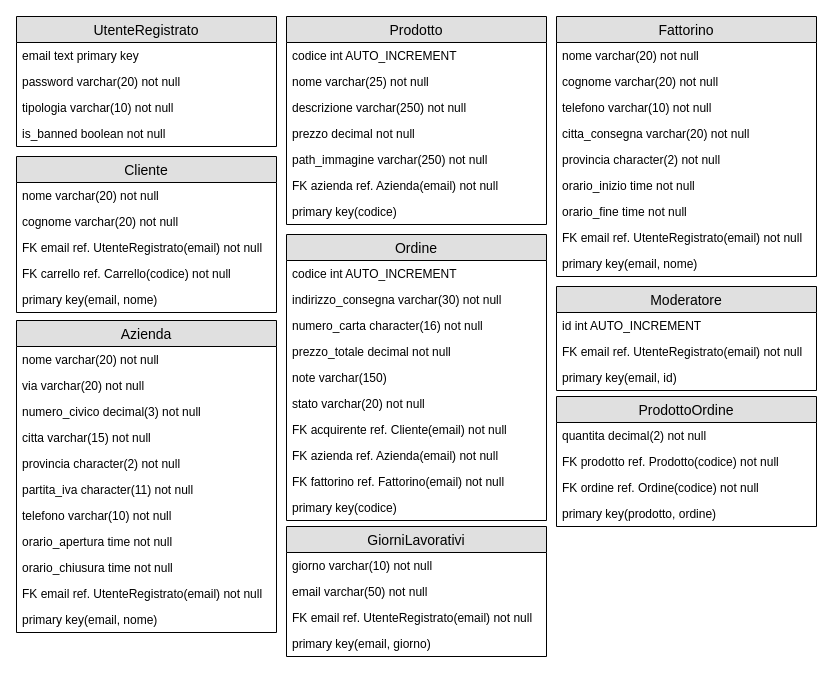
Before: Documents/Sys - Drawio/tabelle database.drawio in frekkanzer2/Eat-Reorder, a draw.io diagram. Source tidied: cells renumbered, new cells numbered last; positions are measured from the earlier drawing's top-left corner, leaving out a move shared by most shapes. Both pictures are drawn from the tidied source at 100%, with x=0, y=0 at pixel (16, 16).
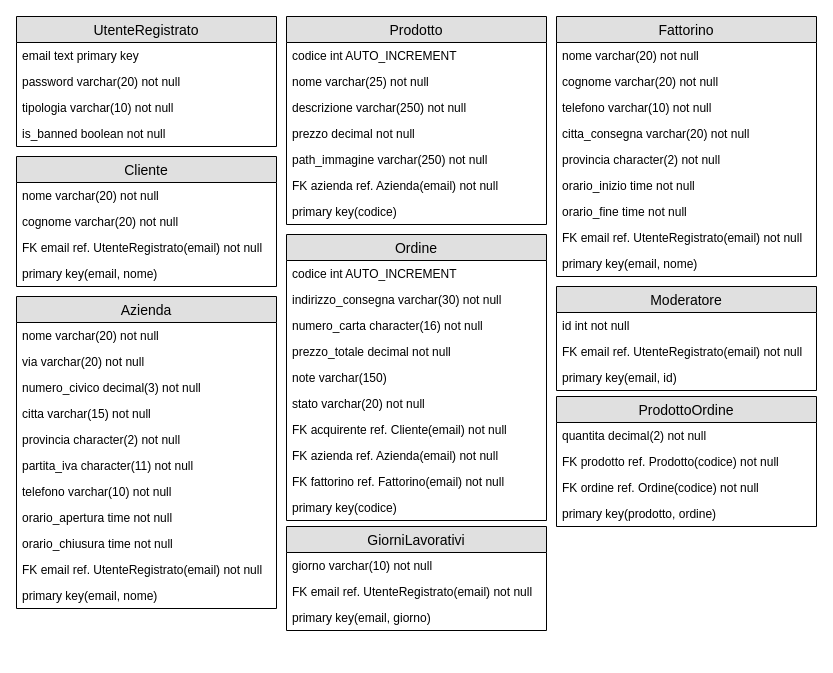
After the change.

Commit message (it also covers changes not shown here):
Fixate tabelle database (schema grafico)

Unchanged cells that the change refers to:
```xml
<mxCell id="35" value="Moderatore" style="swimlane;fontStyle=0;horizontal=1;startSize=26;fillColor=#e0e0e0;swimlaneFillColor=#ffffff;align=center;fontSize=14;" parent="1" vertex="1">
  <mxGeometry x="540" y="270" width="260" height="104" as="geometry" />
</mxCell>
```

The edit, as a diff of the source:
```diff
@@
     <mxCell id="7" value="Cliente" style="swimlane;fontStyle=0;horizontal=1;startSize=26;fillColor=#e0e0e0;swimlaneFillColor=#ffffff;align=center;fontSize=14;" parent="1" vertex="1">
-      <mxGeometry y="140" width="260" height="156" as="geometry" />
+      <mxGeometry y="140" width="260" height="130" as="geometry" />
     </mxCell>
@@
-    <mxCell id="11" value="FK carrello ref. Carrello(codice) not null" style="text;strokeColor=none;fillColor=none;spacingLeft=4;spacingRight=4;overflow=hidden;fontSize=12;" parent="7" vertex="1">
-      <mxGeometry y="104" width="260" height="26" as="geometry" />
-    </mxCell>
     <mxCell id="12" value="primary key(email, nome)" style="text;strokeColor=none;fillColor=none;spacingLeft=4;spacingRight=4;overflow=hidden;fontSize=12;" parent="7" vertex="1">
-      <mxGeometry y="130" width="260" height="26" as="geometry" />
+      <mxGeometry y="104" width="260" height="26" as="geometry" />
     </mxCell>
     <mxCell id="13" value="Azienda" style="swimlane;fontStyle=0;horizontal=1;startSize=26;fillColor=#e0e0e0;swimlaneFillColor=#ffffff;align=center;fontSize=14;" parent="1" vertex="1">
-      <mxGeometry y="304" width="260" height="312" as="geometry" />
+      <mxGeometry y="280" width="260" height="312" as="geometry" />
     </mxCell>
@@
-    <mxCell id="36" value="id int AUTO_INCREMENT" style="text;strokeColor=none;fillColor=none;spacingLeft=4;spacingRight=4;overflow=hidden;fontSize=12;" parent="35" vertex="1">
+    <mxCell id="36" value="id int not null" style="text;strokeColor=none;fillColor=none;spacingLeft=4;spacingRight=4;overflow=hidden;fontSize=12;" parent="35" vertex="1">
       <mxGeometry y="26" width="260" height="26" as="geometry" />
     </mxCell>
@@
     <mxCell id="39" value="GiorniLavorativi" style="swimlane;fontStyle=0;horizontal=1;startSize=26;fillColor=#e0e0e0;swimlaneFillColor=#ffffff;align=center;fontSize=14;" parent="1" vertex="1">
-      <mxGeometry x="270" y="510" width="260" height="130" as="geometry" />
+      <mxGeometry x="270" y="510" width="260" height="104" as="geometry" />
     </mxCell>
@@
-    <mxCell id="41" value="email varchar(50) not null" style="text;strokeColor=none;fillColor=none;spacingLeft=4;spacingRight=4;overflow=hidden;fontSize=12;" parent="39" vertex="1">
-      <mxGeometry y="52" width="260" height="26" as="geometry" />
-    </mxCell>
     <mxCell id="42" value="FK email ref. UtenteRegistrato(email) not null" style="text;strokeColor=none;fillColor=none;spacingLeft=4;spacingRight=4;overflow=hidden;fontSize=12;" parent="39" vertex="1">
-      <mxGeometry y="78" width="260" height="26" as="geometry" />
+      <mxGeometry y="52" width="260" height="26" as="geometry" />
     </mxCell>
     <mxCell id="43" value="primary key(email, giorno)" style="text;strokeColor=none;fillColor=none;spacingLeft=4;spacingRight=4;overflow=hidden;fontSize=12;" parent="39" vertex="1">
-      <mxGeometry y="104" width="260" height="26" as="geometry" />
+      <mxGeometry y="78" width="260" height="26" as="geometry" />
     </mxCell>
```
